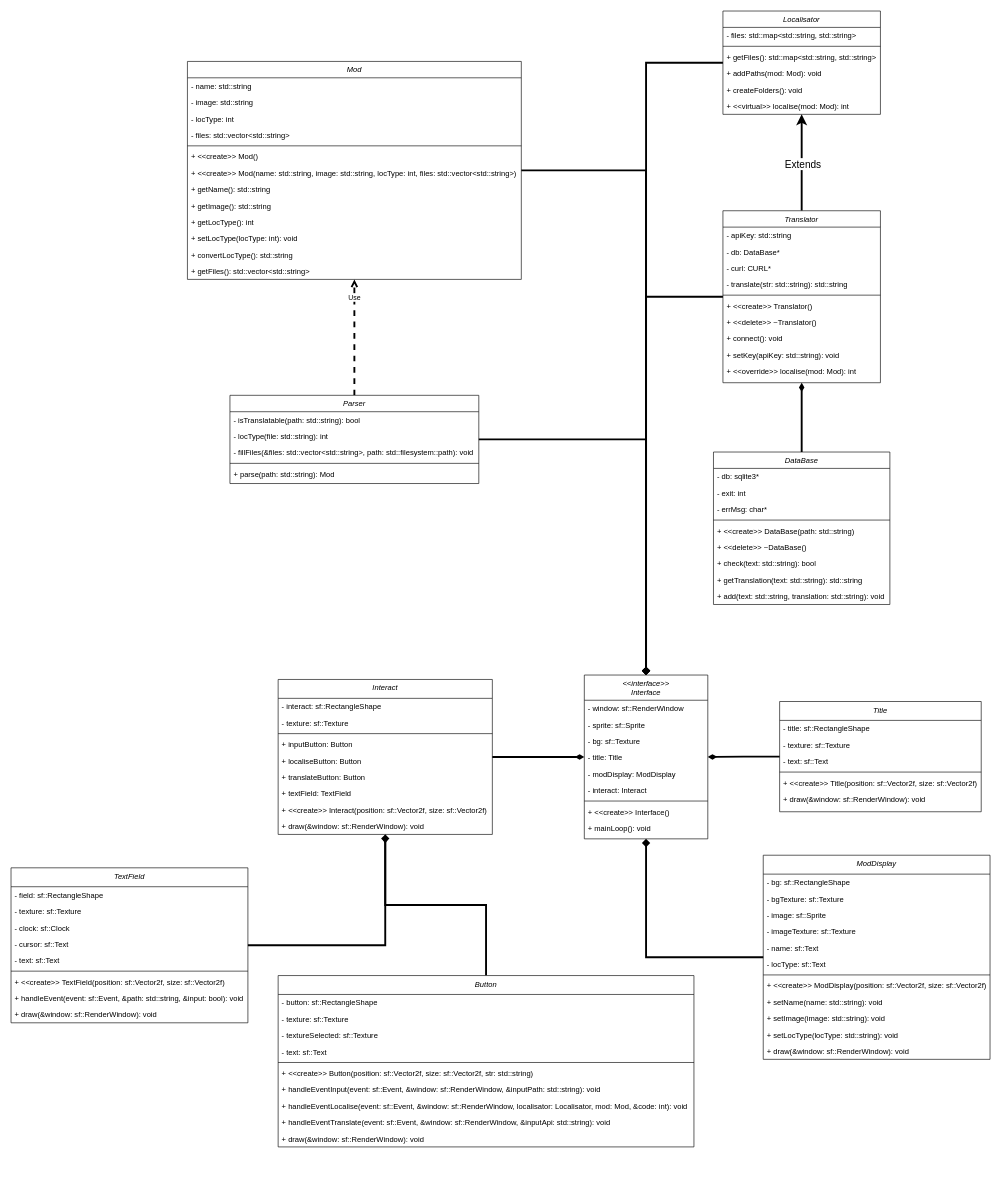
Before: StellarisMT.drawio in trpo2023/cw-ip-215_stellaris-mods-translator, a draw.io diagram. Source tidied: cells renumbered, new cells numbered last; positions are measured from the earlier drawing's top-left corner, leaving out a move shared by most shapes. Both pictures are drawn from the tidied source at 63%, with x=0, y=0 at pixel (11, 11).
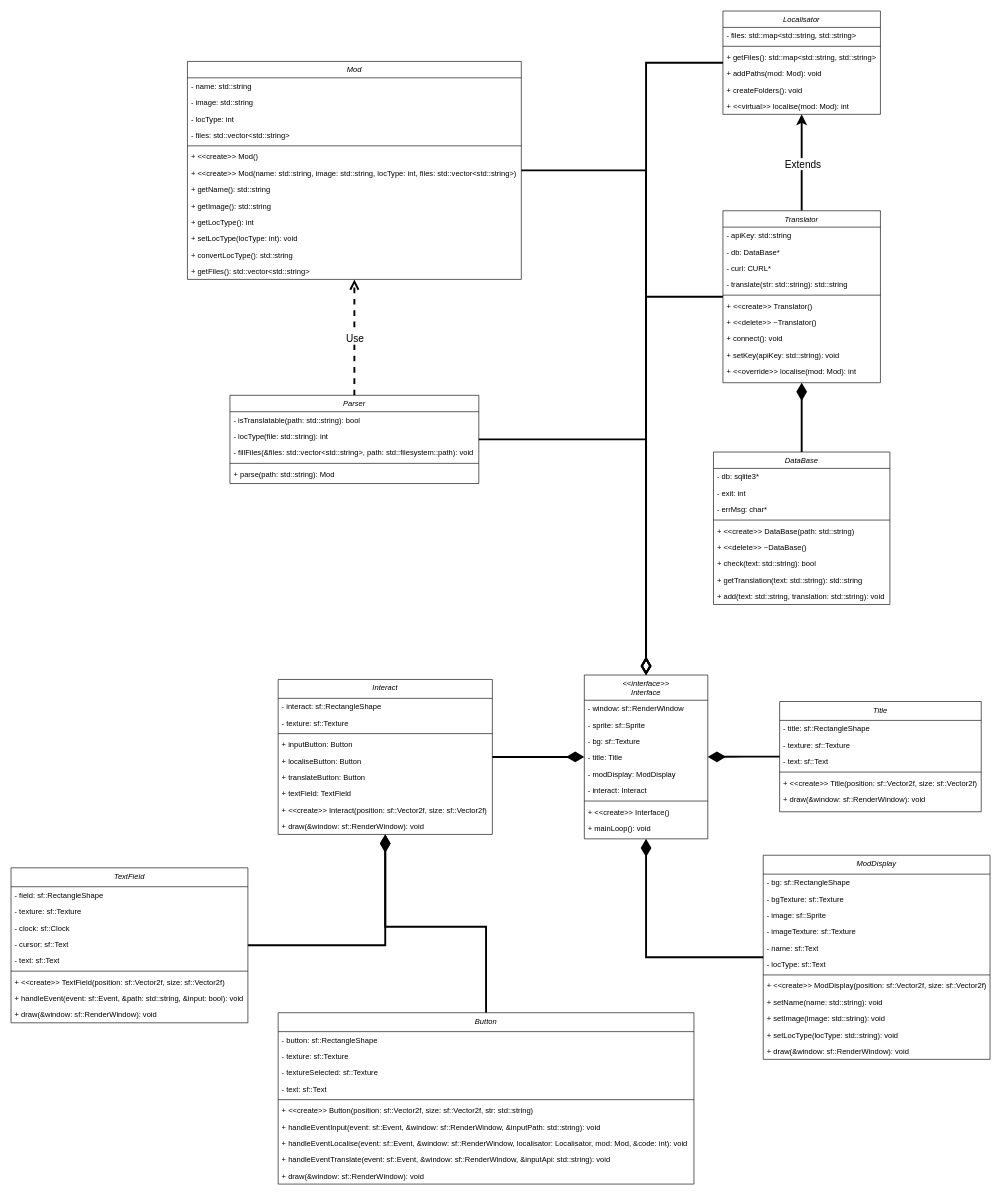
The same page after the edit.

Commit message:
class diagram

Unchanged cells that the change refers to:
```xml
<mxCell id="3" value="Mod" style="swimlane;fontStyle=2;align=center;verticalAlign=top;horizontal=1;startSize=26;rounded=0;shadow=0;strokeWidth=1;" parent="1" vertex="1">
  <mxGeometry x="280" y="80" width="530" height="346" as="geometry" />
</mxCell>
<mxCell id="20" value="Parser" style="swimlane;fontStyle=2;align=center;verticalAlign=top;horizontal=1;startSize=26;rounded=0;shadow=0;strokeWidth=1;" parent="1" vertex="1">
  <mxGeometry x="347.5" y="610" width="395" height="140" as="geometry" />
</mxCell>
<mxCell id="27" value="Localisator" style="swimlane;fontStyle=2;align=center;verticalAlign=top;horizontal=1;startSize=26;rounded=0;shadow=0;strokeWidth=1;" parent="1" vertex="1">
  <mxGeometry x="1130" width="250" height="164" as="geometry" />
</mxCell>
<mxCell id="37" value="Translator" style="swimlane;fontStyle=2;align=center;verticalAlign=top;horizontal=1;startSize=26;rounded=0;shadow=0;strokeWidth=1;" parent="1" vertex="1">
  <mxGeometry x="1130" y="317" width="250" height="273" as="geometry" />
</mxCell>
<mxCell id="50" value="DataBase" style="swimlane;fontStyle=2;align=center;verticalAlign=top;horizontal=1;startSize=26;rounded=0;shadow=0;strokeWidth=1;" parent="1" vertex="1">
  <mxGeometry x="1115" y="700" width="280" height="242" as="geometry" />
</mxCell>
<mxCell id="61" value="&lt;&lt;interface&gt;&gt;&#10;Interface" style="swimlane;fontStyle=2;align=center;verticalAlign=top;horizontal=1;startSize=40;rounded=0;shadow=0;strokeWidth=1;" parent="1" vertex="1">
  <mxGeometry x="910" y="1054" width="196" height="260" as="geometry" />
</mxCell>
<mxCell id="72" value="Interact" style="swimlane;fontStyle=2;align=center;verticalAlign=top;horizontal=1;startSize=30;rounded=0;shadow=0;strokeWidth=1;" parent="1" vertex="1">
  <mxGeometry x="424" y="1061" width="340" height="246" as="geometry" />
</mxCell>
<mxCell id="95" value="ModDisplay" style="swimlane;fontStyle=2;align=center;verticalAlign=top;horizontal=1;startSize=30;rounded=0;shadow=0;strokeWidth=1;" parent="1" vertex="1">
  <mxGeometry x="1194" y="1340" width="360" height="324" as="geometry" />
</mxCell>
<mxCell id="109" value="Title" style="swimlane;fontStyle=2;align=center;verticalAlign=top;horizontal=1;startSize=30;rounded=0;shadow=0;strokeWidth=1;" parent="1" vertex="1">
  <mxGeometry x="1220" y="1096" width="320" height="175" as="geometry" />
</mxCell>
<mxCell id="117" value="TextField" style="swimlane;fontStyle=2;align=center;verticalAlign=top;horizontal=1;startSize=30;rounded=0;shadow=0;strokeWidth=1;" parent="1" vertex="1">
  <mxGeometry y="1360" width="376" height="246" as="geometry" />
</mxCell>
```

What changed in the source:
```diff
@@
-    <mxCell id="2" style="edgeStyle=orthogonalEdgeStyle;rounded=0;jettySize=auto;html=1;strokeWidth=3;endArrow=diamond;endFill=1;" parent="1" edge="1" source="3" target="61">
+    <mxCell id="2" style="edgeStyle=orthogonalEdgeStyle;rounded=0;jettySize=auto;html=1;strokeWidth=3;endArrow=diamondThin;endFill=0;endSize=20;" parent="1" edge="1" source="3" target="61">
       <mxGeometry relative="1" as="geometry" />
     </mxCell>
@@
-    <mxCell id="17" style="edgeStyle=orthogonalEdgeStyle;rounded=0;jettySize=auto;html=1;strokeWidth=3;endArrow=open;endFill=0;dashed=1;" parent="1" edge="1" source="20" target="3">
+    <mxCell id="17" style="edgeStyle=orthogonalEdgeStyle;rounded=0;jettySize=auto;html=1;strokeWidth=3;endArrow=open;endFill=0;dashed=1;endSize=10;" parent="1" edge="1" source="20" target="3">
       <mxGeometry relative="1" as="geometry" />
     </mxCell>
-    <mxCell id="18" value="Use" style="edgeLabel;html=1;align=center;verticalAlign=middle;" parent="17" vertex="1">
-      <mxGeometry x="0.7" y="1" relative="1" as="geometry" />
+    <mxCell id="18" value="Use" style="edgeLabel;html=1;align=center;verticalAlign=middle;fontSize=16;" parent="17" vertex="1">
+      <mxGeometry x="-0.01" relative="1" as="geometry" />
     </mxCell>
-    <mxCell id="19" style="edgeStyle=orthogonalEdgeStyle;rounded=0;jettySize=auto;html=1;strokeWidth=3;endArrow=diamond;endFill=1;" parent="1" edge="1" source="20" target="61">
+    <mxCell id="19" style="edgeStyle=orthogonalEdgeStyle;rounded=0;jettySize=auto;html=1;strokeWidth=3;endArrow=diamondThin;endFill=0;endSize=20;" parent="1" edge="1" source="20" target="61">
       <mxGeometry relative="1" as="geometry" />
     </mxCell>
@@
-    <mxCell id="26" style="edgeStyle=orthogonalEdgeStyle;rounded=0;jettySize=auto;html=1;strokeWidth=3;endArrow=diamond;endFill=1;" parent="1" edge="1" source="27" target="61">
+    <mxCell id="26" style="edgeStyle=orthogonalEdgeStyle;rounded=0;jettySize=auto;html=1;strokeWidth=3;endArrow=diamondThin;endFill=0;endSize=20;" parent="1" edge="1" source="27" target="61">
       <mxGeometry relative="1" as="geometry" />
     </mxCell>
@@
-    <mxCell id="36" style="edgeStyle=orthogonalEdgeStyle;rounded=0;jettySize=auto;html=1;strokeWidth=3;endArrow=diamond;endFill=1;" parent="1" edge="1" source="37" target="61">
+    <mxCell id="36" style="edgeStyle=orthogonalEdgeStyle;rounded=0;jettySize=auto;html=1;strokeWidth=3;endArrow=diamondThin;endFill=0;endSize=20;" parent="1" edge="1" source="37" target="61">
       <mxGeometry relative="1" as="geometry" />
     </mxCell>
@@
-    <mxCell id="49" style="edgeStyle=orthogonalEdgeStyle;rounded=0;jettySize=auto;html=1;endArrow=diamondThin;endFill=1;strokeWidth=3;" parent="1" edge="1" source="50" target="37">
+    <mxCell id="49" style="edgeStyle=orthogonalEdgeStyle;rounded=0;jettySize=auto;html=1;endArrow=diamondThin;endFill=1;strokeWidth=3;endSize=20;" parent="1" edge="1" source="50" target="37">
       <mxGeometry relative="1" as="geometry" />
     </mxCell>
@@
-    <mxCell id="71" style="edgeStyle=orthogonalEdgeStyle;rounded=0;jettySize=auto;html=1;strokeWidth=3;endArrow=diamondThin;endFill=1;" parent="1" edge="1" source="72" target="61">
+    <mxCell id="71" style="edgeStyle=orthogonalEdgeStyle;rounded=0;jettySize=auto;html=1;strokeWidth=3;endArrow=diamondThin;endFill=1;endSize=20;" parent="1" edge="1" source="72" target="61">
       <mxGeometry relative="1" as="geometry" />
     </mxCell>
@@
-    <mxCell id="82" style="edgeStyle=orthogonalEdgeStyle;rounded=0;jettySize=auto;html=1;endArrow=diamondThin;endFill=1;strokeWidth=3;" parent="1" edge="1" source="83" target="72">
+    <mxCell id="82" style="edgeStyle=orthogonalEdgeStyle;rounded=0;jettySize=auto;html=1;endArrow=diamondThin;endFill=1;strokeWidth=3;endSize=20;" parent="1" edge="1" source="83" target="72">
       <mxGeometry relative="1" as="geometry" />
     </mxCell>
     <mxCell id="83" value="Button" style="swimlane;fontStyle=2;align=center;verticalAlign=top;horizontal=1;startSize=30;rounded=0;shadow=0;strokeWidth=1;" parent="1" vertex="1">
-      <mxGeometry x="424" y="1531" width="660" height="272" as="geometry" />
+      <mxGeometry x="424" y="1590" width="660" height="272" as="geometry" />
     </mxCell>
@@
-    <mxCell id="94" style="edgeStyle=orthogonalEdgeStyle;rounded=0;jettySize=auto;html=1;strokeWidth=3;endArrow=diamond;endFill=1;" parent="1" edge="1" source="95" target="61">
+    <mxCell id="94" style="edgeStyle=orthogonalEdgeStyle;rounded=0;jettySize=auto;html=1;strokeWidth=3;endArrow=diamondThin;endFill=1;endSize=20;" parent="1" edge="1" source="95" target="61">
       <mxGeometry relative="1" as="geometry" />
     </mxCell>
@@
-    <mxCell id="108" style="edgeStyle=orthogonalEdgeStyle;rounded=0;jettySize=auto;html=1;strokeWidth=3;endArrow=diamondThin;endFill=1;" parent="1" edge="1" source="109" target="61">
+    <mxCell id="108" style="edgeStyle=orthogonalEdgeStyle;rounded=0;jettySize=auto;html=1;strokeWidth=3;endArrow=diamondThin;endFill=1;endSize=20;" parent="1" edge="1" source="109" target="61">
       <mxGeometry relative="1" as="geometry" />
     </mxCell>
@@
-    <mxCell id="116" style="edgeStyle=orthogonalEdgeStyle;rounded=0;jettySize=auto;html=1;endArrow=diamond;endFill=1;strokeWidth=3;" parent="1" edge="1" source="117" target="72">
+    <mxCell id="116" style="edgeStyle=orthogonalEdgeStyle;rounded=0;jettySize=auto;html=1;endArrow=diamondThin;endFill=1;strokeWidth=3;endSize=20;" parent="1" edge="1" source="117" target="72">
       <mxGeometry relative="1" as="geometry" />
     </mxCell>
```
